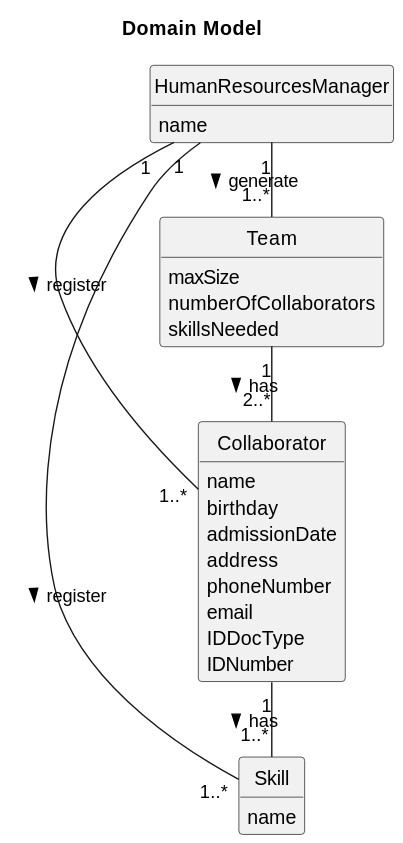
Earlier version of the PlantUML export docs/sprintA/us05/02.analysis/svg/us05-domain-model.svg (daniel41silva05/ISEP_2023_2024_LAPR2).
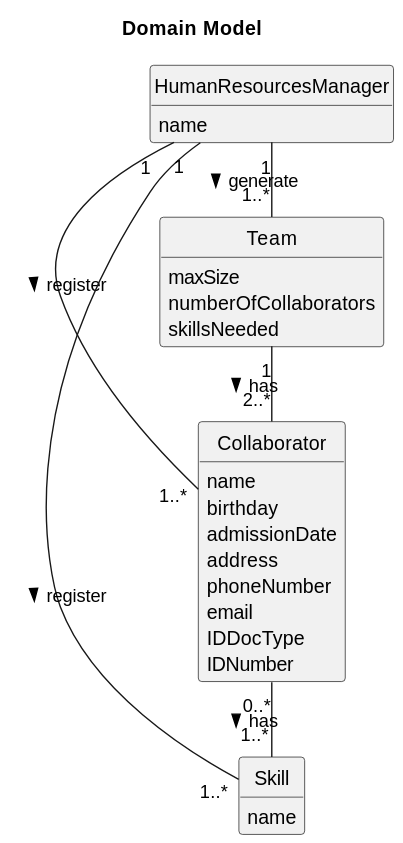
After the change.

Commit message:
Update US05, US01 and global domain

What changed in the source:
```diff
@@ -40,6 +40,6 @@
 HumanResourcesManager "1" - "1..*" Team : generate >
 HumanResourcesManager "1" - "1..*" Collaborator : register >
 Team "1" - "2..*" Collaborator : has >
-Collaborator "1" - "1..*" Skill : has >
+Collaborator "0..*" - "1..*" Skill : has >
 HumanResourcesManager "1" - "1..*" Skill : register >
 @enduml
```
